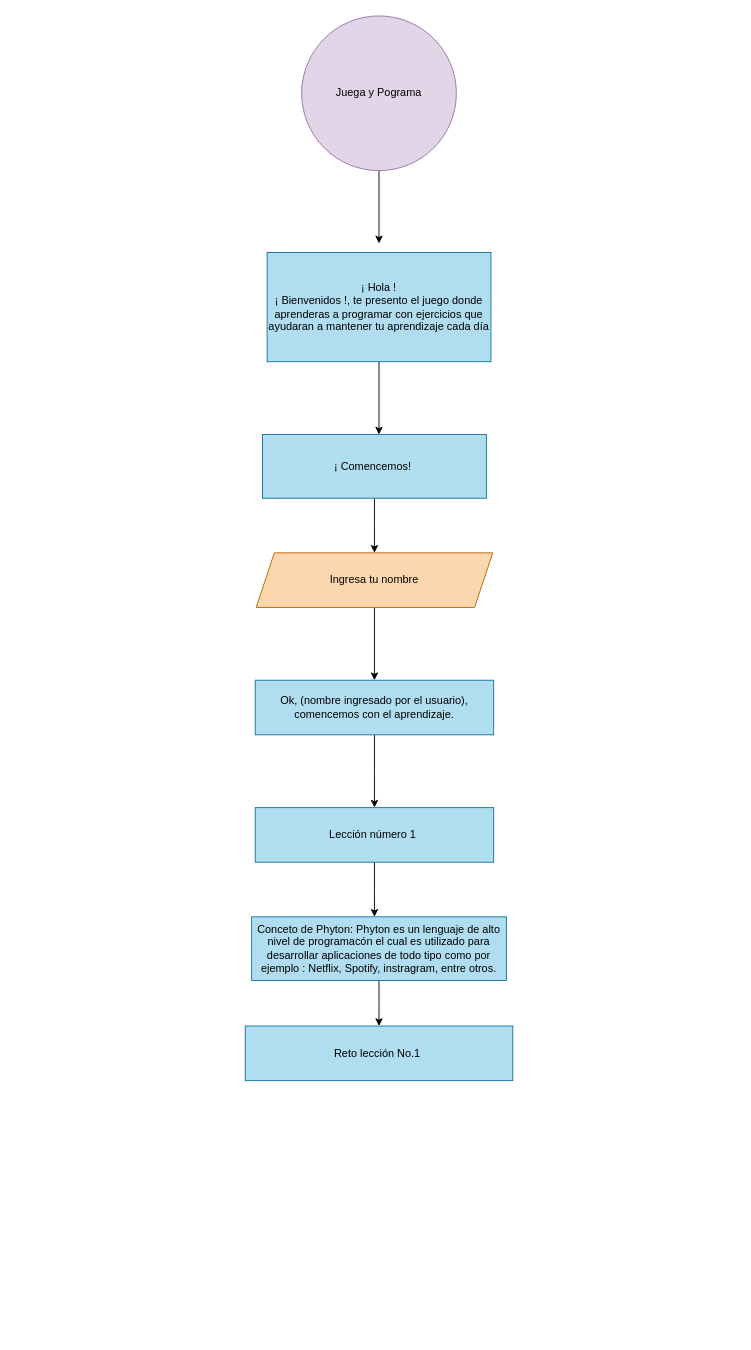
Earlier version of the draw.io diagram Juego.drawio (Daniela90-prog/Daniela.Programate). Source tidied: cells renumbered, new cells numbered last; positions are measured from the earlier drawing's top-left corner, leaving out a move shared by most shapes. Both pictures are drawn from the tidied source at 91%, with x=0, y=0 at pixel (245, 15).
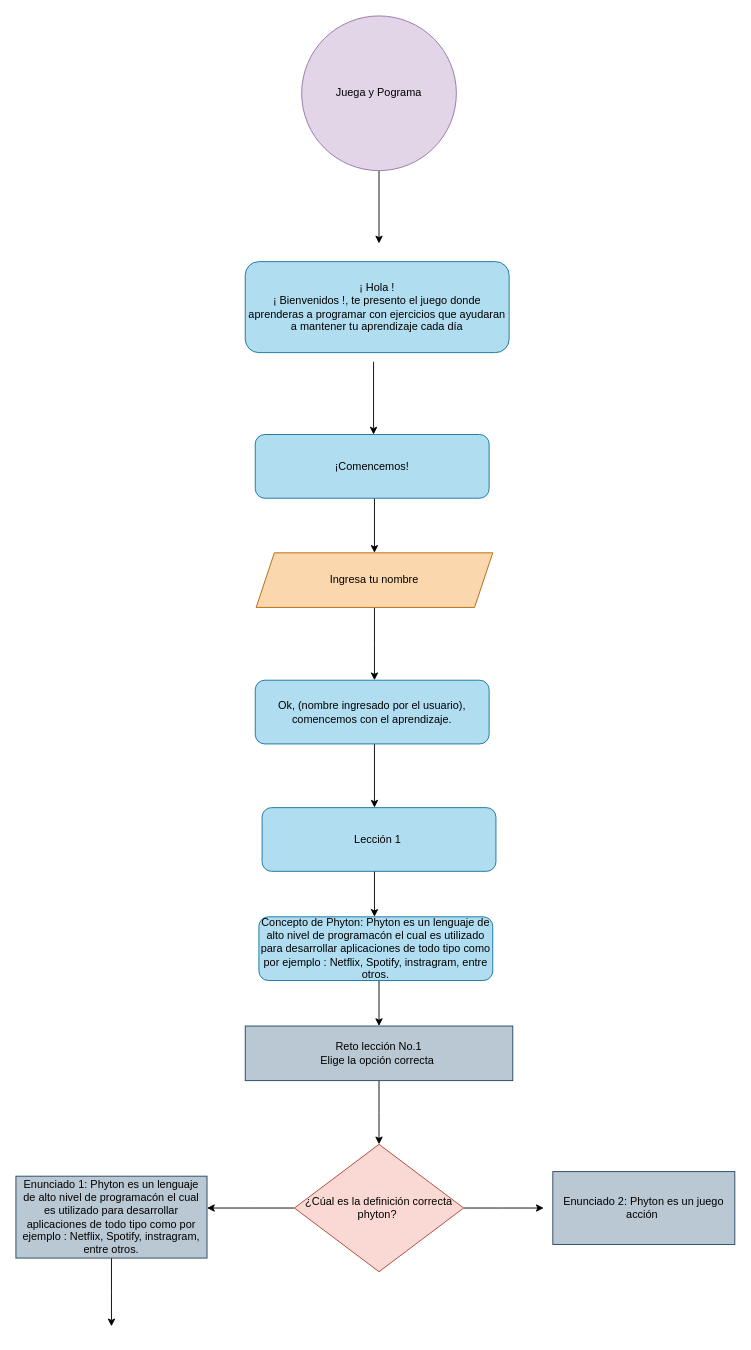
The same diagram, later.

Unchanged cells that the change refers to:
```xml
<mxCell id="9" value="Ingresa tu nombre" style="shape=parallelogram;perimeter=parallelogramPerimeter;whiteSpace=wrap;html=1;fixedSize=1;fillColor=#fad7ac;strokeColor=#b46504;" parent="1" vertex="1">
  <mxGeometry x="12" y="590" width="260" height="60" as="geometry" />
</mxCell>
```

What changed in the source:
```diff
@@
-    <mxCell id="4" style="edgeStyle=orthogonalEdgeStyle;rounded=0;jettySize=auto;html=1;" parent="1" edge="1" source="5">
+    <mxCell id="4" style="edgeStyle=orthogonalEdgeStyle;rounded=0;orthogonalLoop=1;jettySize=auto;html=1;" parent="1" edge="1">
       <mxGeometry relative="1" as="geometry">
-        <mxPoint x="147" y="460" as="targetPoint" />
+        <mxPoint x="141" y="380" as="sourcePoint" />
+        <mxPoint x="141" y="460" as="targetPoint" />
       </mxGeometry>
     </mxCell>
-    <mxCell id="5" value="¡ Hola !&lt;br&gt;¡ Bienvenidos !, te presento el juego donde aprenderas a programar con ejercicios que ayudaran a mantener tu aprendizaje cada día" style="rounded=0;whiteSpace=wrap;html=1;fillColor=#b1ddf0;strokeColor=#10739e;" parent="1" vertex="1">
-      <mxGeometry x="24" y="260" width="246" height="120" as="geometry" />
-    </mxCell>
-    <mxCell id="6" style="edgeStyle=orthogonalEdgeStyle;rounded=0;jettySize=auto;html=1;" parent="1" edge="1" source="7">
+    <mxCell id="6" style="edgeStyle=orthogonalEdgeStyle;rounded=0;orthogonalLoop=1;jettySize=auto;html=1;" parent="1" edge="1">
       <mxGeometry relative="1" as="geometry">
+        <mxPoint x="142" y="530" as="sourcePoint" />
         <mxPoint x="142" y="590" as="targetPoint" />
       </mxGeometry>
     </mxCell>
-    <mxCell id="7" value="¡ Comencemos!&amp;nbsp;" style="rounded=0;whiteSpace=wrap;html=1;fillColor=#b1ddf0;strokeColor=#10739e;" parent="1" vertex="1">
-      <mxGeometry x="19" y="460" width="246" height="70" as="geometry" />
-    </mxCell>
-    <mxCell id="8" style="edgeStyle=orthogonalEdgeStyle;rounded=0;jettySize=auto;html=1;exitX=0.5;exitY=1;exitDx=0;exitDy=0;entryX=0.5;entryY=0;entryDx=0;entryDy=0;" parent="1" edge="1" source="9" target="11">
-      <mxGeometry relative="1" as="geometry" />
+    <mxCell id="8" style="edgeStyle=orthogonalEdgeStyle;rounded=0;jettySize=auto;html=1;exitX=0.5;exitY=1;exitDx=0;exitDy=0;entryX=0.5;entryY=0;entryDx=0;entryDy=0;" parent="1" edge="1" source="9">
+      <mxGeometry relative="1" as="geometry">
+        <mxPoint x="142" y="730" as="targetPoint" />
+      </mxGeometry>
     </mxCell>
@@
-    <mxCell id="10" style="edgeStyle=orthogonalEdgeStyle;rounded=0;jettySize=auto;html=1;" parent="1" edge="1" source="11">
+    <mxCell id="10" style="edgeStyle=orthogonalEdgeStyle;rounded=0;orthogonalLoop=1;jettySize=auto;html=1;" parent="1" edge="1">
       <mxGeometry relative="1" as="geometry">
+        <mxPoint x="142" y="790" as="sourcePoint" />
         <mxPoint x="142" y="870" as="targetPoint" />
       </mxGeometry>
     </mxCell>
+    <mxCell id="12" style="edgeStyle=orthogonalEdgeStyle;rounded=0;orthogonalLoop=1;jettySize=auto;html=1;exitX=0.5;exitY=1;exitDx=0;exitDy=0;" parent="1" edge="1">
+      <mxGeometry relative="1" as="geometry">
+        <mxPoint x="142" y="930" as="sourcePoint" />
+        <mxPoint x="142" y="990" as="targetPoint" />
+      </mxGeometry>
+    </mxCell>
+    <mxCell id="14" style="edgeStyle=orthogonalEdgeStyle;rounded=0;orthogonalLoop=1;jettySize=auto;html=1;" parent="1" edge="1">
+      <mxGeometry relative="1" as="geometry">
+        <mxPoint x="147" y="1060" as="sourcePoint" />
+        <mxPoint x="147" y="1110" as="targetPoint" />
+      </mxGeometry>
+    </mxCell>
+    <mxCell id="17" style="edgeStyle=orthogonalEdgeStyle;rounded=0;jettySize=auto;html=1;" parent="1" edge="1" source="16">
+      <mxGeometry relative="1" as="geometry">
+        <mxPoint x="147" y="1240" as="targetPoint" />
+      </mxGeometry>
+    </mxCell>
+    <mxCell id="16" value="Reto lección No.1&lt;br&gt;Elige la opción correcta&amp;nbsp;" style="rounded=0;whiteSpace=wrap;html=1;fillColor=#bac8d3;strokeColor=#23445d;" parent="1" vertex="1">
+      <mxGeometry y="1110" width="294" height="60" as="geometry" />
+    </mxCell>
+    <mxCell id="5" value="¡ Hola !&lt;br style=&quot;border-color: var(--border-color);&quot;&gt;¡ Bienvenidos !, te presento el juego donde aprenderas a programar con ejercicios que ayudaran a mantener tu aprendizaje cada día" style="rounded=1;whiteSpace=wrap;html=1;fillColor=#b1ddf0;strokeColor=#10739e;" parent="1" vertex="1">
+      <mxGeometry y="270" width="290" height="100" as="geometry" />
+    </mxCell>
+    <mxCell id="18" value="¡Comencemos!" style="rounded=1;whiteSpace=wrap;html=1;fillColor=#b1ddf0;strokeColor=#10739e;" parent="1" vertex="1">
+      <mxGeometry x="11" y="460" width="257" height="70" as="geometry" />
+    </mxCell>
-    <mxCell id="11" value="Ok, (nombre ingresado por el usuario), comencemos con el aprendizaje." style="rounded=0;whiteSpace=wrap;html=1;fillColor=#b1ddf0;strokeColor=#10739e;" parent="1" vertex="1">
-      <mxGeometry x="11" y="730" width="262" height="60" as="geometry" />
+    <mxCell id="11" value="Ok, (nombre ingresado por el usuario), comencemos con el aprendizaje." style="rounded=1;whiteSpace=wrap;html=1;fillColor=#b1ddf0;strokeColor=#10739e;" parent="1" vertex="1">
+      <mxGeometry x="11" y="730" width="257" height="70" as="geometry" />
     </mxCell>
-    <mxCell id="12" style="edgeStyle=orthogonalEdgeStyle;rounded=0;jettySize=auto;html=1;exitX=0.5;exitY=1;exitDx=0;exitDy=0;" parent="1" edge="1" source="13">
-      <mxGeometry relative="1" as="geometry">
-        <mxPoint x="142" y="990" as="targetPoint" />
-      </mxGeometry>
-    </mxCell>
-    <mxCell id="13" value="Lección número 1&amp;nbsp;" style="rounded=0;whiteSpace=wrap;html=1;fillColor=#b1ddf0;strokeColor=#10739e;" parent="1" vertex="1">
-      <mxGeometry x="11" y="870" width="262" height="60" as="geometry" />
-    </mxCell>
-    <mxCell id="14" style="edgeStyle=orthogonalEdgeStyle;rounded=0;jettySize=auto;html=1;" parent="1" edge="1" source="15">
-      <mxGeometry relative="1" as="geometry">
-        <mxPoint x="147" y="1110" as="targetPoint" />
-      </mxGeometry>
-    </mxCell>
-    <mxCell id="15" value="Conceto de Phyton: Phyton es un lenguaje de alto nivel de programacón el cual es utilizado para desarrollar aplicaciones de todo tipo como por ejemplo : Netflix, Spotify, instragram, entre otros." style="rounded=0;whiteSpace=wrap;html=1;fillColor=#b1ddf0;strokeColor=#10739e;" parent="1" vertex="1">
-      <mxGeometry x="7" y="990" width="280" height="70" as="geometry" />
-    </mxCell>
-    <mxCell id="16" value="Reto lección No.1&amp;nbsp;" style="rounded=0;whiteSpace=wrap;html=1;fillColor=#b1ddf0;strokeColor=#10739e;" parent="1" vertex="1">
-      <mxGeometry y="1110" width="294" height="60" as="geometry" />
-    </mxCell>
+    <mxCell id="19" value="Lección 1&amp;nbsp;" style="rounded=1;whiteSpace=wrap;html=1;fillColor=#b1ddf0;strokeColor=#10739e;" parent="1" vertex="1">
+      <mxGeometry x="18.5" y="870" width="257" height="70" as="geometry" />
+    </mxCell>
+    <mxCell id="20" value="Concepto de Phyton: Phyton es un lenguaje de alto nivel de programacón el cual es utilizado para desarrollar aplicaciones de todo tipo como por ejemplo : Netflix, Spotify, instragram, entre otros." style="rounded=1;whiteSpace=wrap;html=1;fillColor=#b1ddf0;strokeColor=#10739e;" parent="1" vertex="1">
+      <mxGeometry x="15" y="990" width="257" height="70" as="geometry" />
+    </mxCell>
+    <mxCell id="21" style="edgeStyle=orthogonalEdgeStyle;rounded=0;jettySize=auto;html=1;" parent="1" edge="1" source="23">
+      <mxGeometry relative="1" as="geometry">
+        <mxPoint x="-42" y="1310" as="targetPoint" />
+      </mxGeometry>
+    </mxCell>
+    <mxCell id="22" style="edgeStyle=orthogonalEdgeStyle;rounded=0;jettySize=auto;html=1;exitX=1;exitY=0.5;exitDx=0;exitDy=0;" parent="1" edge="1" source="23">
+      <mxGeometry relative="1" as="geometry">
+        <mxPoint x="328" y="1310" as="targetPoint" />
+      </mxGeometry>
+    </mxCell>
+    <mxCell id="23" value="¿Cúal es la definición correcta phyton?&amp;nbsp;" style="rhombus;whiteSpace=wrap;html=1;fillColor=#fad9d5;strokeColor=#ae4132;" parent="1" vertex="1">
+      <mxGeometry x="54" y="1240" width="186" height="140" as="geometry" />
+    </mxCell>
+    <mxCell id="24" style="edgeStyle=orthogonalEdgeStyle;rounded=0;jettySize=auto;html=1;" parent="1" edge="1" source="25">
+      <mxGeometry relative="1" as="geometry">
+        <mxPoint x="-147" y="1440" as="targetPoint" />
+      </mxGeometry>
+    </mxCell>
+    <mxCell id="25" value="Enunciado 1: Phyton es un lenguaje de alto nivel de programacón el cual es utilizado para desarrollar aplicaciones de todo tipo como por ejemplo : Netflix, Spotify, instragram, entre otros." style="rounded=0;whiteSpace=wrap;html=1;fillColor=#bac8d3;strokeColor=#23445d;" parent="1" vertex="1">
+      <mxGeometry x="-252" y="1275" width="210" height="90" as="geometry" />
+    </mxCell>
+    <mxCell id="26" value="Enunciado 2: Phyton es un juego acción&amp;nbsp;" style="rounded=0;whiteSpace=wrap;html=1;fillColor=#bac8d3;strokeColor=#23445d;" parent="1" vertex="1">
+      <mxGeometry x="338" y="1270" width="200" height="80" as="geometry" />
+    </mxCell>
```
